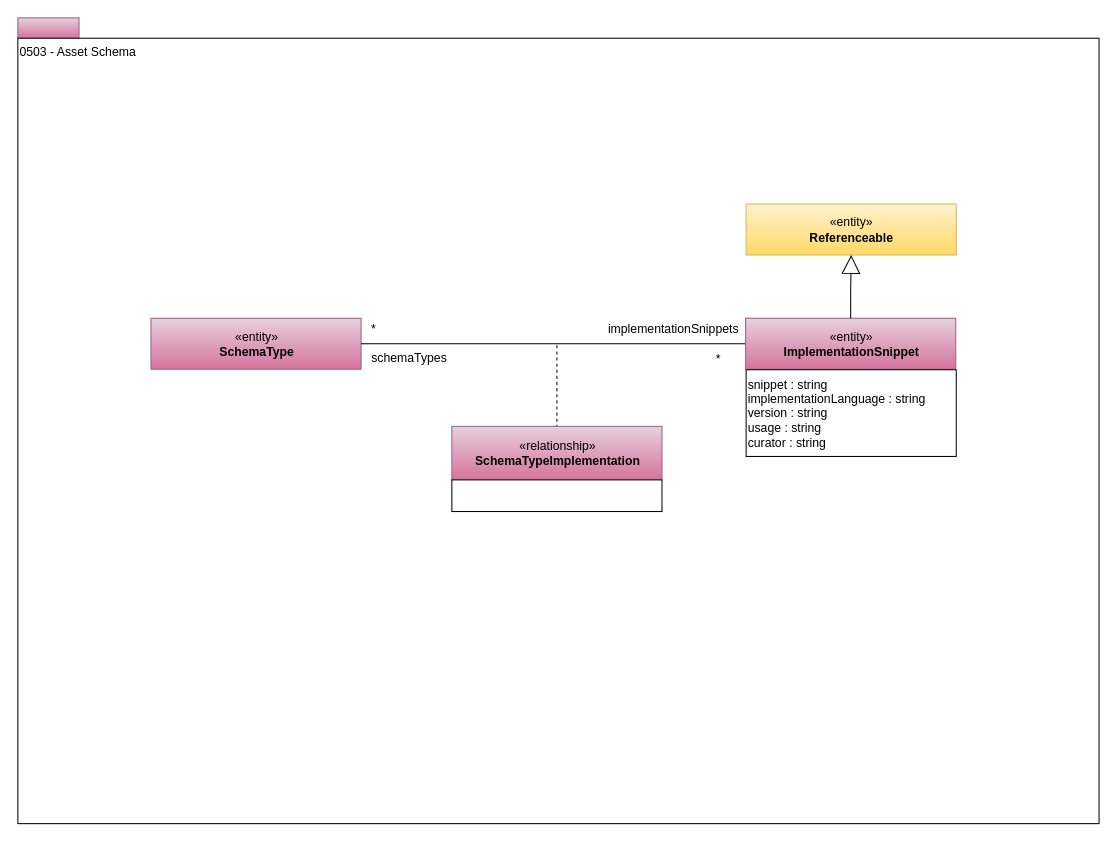
Above: page "0504-Implementation-Snippets" (4 of 25) of open-metadata-publication/website/open-metadata-types/area-5-models-and-schema.drawio in planetf1/egeria (draw.io), before the change. Source tidied: cells renumbered, new cells numbered last; positions are measured from the earlier drawing's top-left corner, leaving out a move shared by most shapes. Both pictures are drawn from the tidied source at 102%, with x=0, y=0 at pixel (17, 17).
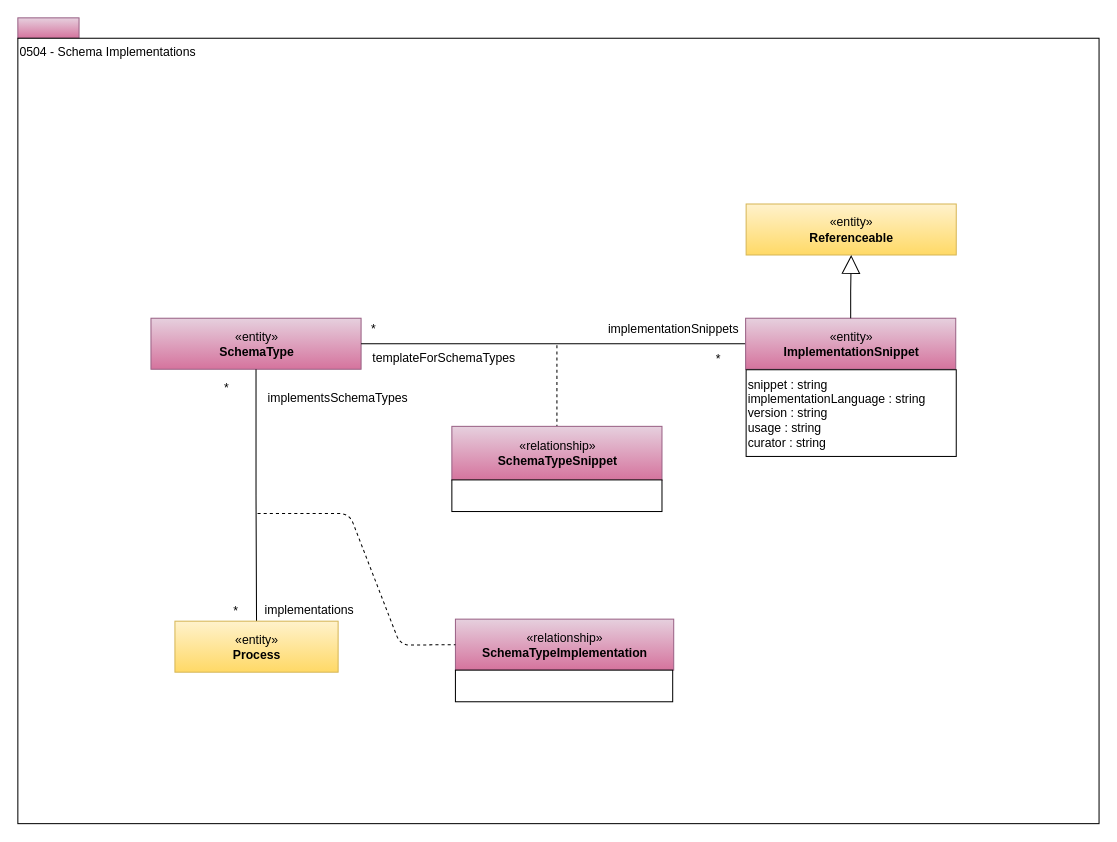
The same diagram, later.

Unchanged cells that the change refers to:
```xml
<mxCell id="4" value="«entity»&lt;br&gt;&lt;b&gt;SchemaType&lt;/b&gt;" style="html=1;strokeColor=#996185;align=center;fillColor=#e6d0de;gradientColor=#d5739d;" parent="1" vertex="1">
  <mxGeometry x="130.5" y="294.5" width="206" height="50" as="geometry" />
</mxCell>
<mxCell id="15" style="group;" parent="1" vertex="1">
  <mxGeometry x="425.5" y="400.5" width="206" height="83.5" as="geometry" />
</mxCell>
```

Diff of the diagram source:
```diff
@@
-    <mxCell id="3" value="0503 - Asset Schema" style="rounded=0;whiteSpace=wrap;html=1;align=left;verticalAlign=top;" parent="1" vertex="1">
+    <mxCell id="3" value="0504 - Schema Implementations" style="rounded=0;whiteSpace=wrap;html=1;align=left;verticalAlign=top;" parent="1" vertex="1">
       <mxGeometry y="20" width="1060" height="770" as="geometry" />
     </mxCell>
@@
-    <mxCell id="9" value="schemaTypes" style="text;html=1;strokeColor=none;fillColor=none;align=center;verticalAlign=middle;whiteSpace=wrap;rounded=0;" parent="1" vertex="1">
-      <mxGeometry x="341.5" y="323.5" width="84" height="20" as="geometry" />
+    <mxCell id="9" value="templateForSchemaTypes" style="text;html=1;strokeColor=none;fillColor=none;align=center;verticalAlign=middle;whiteSpace=wrap;rounded=0;" parent="1" vertex="1">
+      <mxGeometry x="364" y="324" width="108" height="20" as="geometry" />
     </mxCell>
@@
-    <mxCell id="16" value="«relationship»&lt;br&gt;&lt;b&gt;SchemaTypeImplementation&lt;/b&gt;" style="html=1;strokeColor=#996185;align=center;fillColor=#e6d0de;gradientColor=#d5739d;" parent="15" vertex="1">
+    <mxCell id="16" value="«relationship»&lt;br&gt;&lt;b&gt;SchemaTypeSnippet&lt;/b&gt;" style="html=1;strokeColor=#996185;align=center;fillColor=#e6d0de;gradientColor=#d5739d;" parent="15" vertex="1">
       <mxGeometry width="206" height="53" as="geometry" />
     </mxCell>
@@
+    <mxCell id="19" style="edgeStyle=orthogonalEdgeStyle;rounded=0;jettySize=auto;html=1;exitX=0.5;exitY=1;exitDx=0;exitDy=0;entryX=0.5;entryY=0;entryDx=0;entryDy=0;endArrow=none;endFill=0;" parent="1" edge="1" source="4" target="27">
+      <mxGeometry relative="1" as="geometry" />
+    </mxCell>
+    <mxCell id="20" value="*" style="text;html=1;strokeColor=none;fillColor=none;align=center;verticalAlign=middle;whiteSpace=wrap;rounded=0;" parent="1" vertex="1">
+      <mxGeometry x="194" y="571.5" width="40" height="20" as="geometry" />
+    </mxCell>
+    <mxCell id="21" value="implementations" style="text;html=1;strokeColor=none;fillColor=none;align=center;verticalAlign=middle;whiteSpace=wrap;rounded=0;" parent="1" vertex="1">
+      <mxGeometry x="239.5" y="570.5" width="92" height="20" as="geometry" />
+    </mxCell>
+    <mxCell id="22" value="implementsSchemaTypes" style="text;html=1;strokeColor=none;fillColor=none;align=center;verticalAlign=middle;whiteSpace=wrap;rounded=0;" parent="1" vertex="1">
+      <mxGeometry x="285" y="362.5" width="58" height="20" as="geometry" />
+    </mxCell>
+    <mxCell id="23" value="«relationship»&lt;br&gt;&lt;b&gt;SchemaTypeImplementation&lt;/b&gt;" style="html=1;strokeColor=#996185;align=center;fillColor=#e6d0de;gradientColor=#d5739d;" parent="1" vertex="1">
+      <mxGeometry x="429" y="589.5" width="214" height="50" as="geometry" />
+    </mxCell>
+    <mxCell id="24" style="endArrow=none;dashed=1;html=1;entryX=0;entryY=0.5;entryDx=0;entryDy=0;" parent="1" edge="1" target="23">
+      <mxGeometry relative="1" as="geometry">
+        <mxPoint x="235" y="486" as="sourcePoint" />
+        <Array as="points">
+          <mxPoint x="325" y="486" />
+          <mxPoint x="375" y="615" />
+        </Array>
+      </mxGeometry>
+    </mxCell>
+    <mxCell id="25" value="&lt;div style=&quot;text-align: left&quot;&gt;&lt;br&gt;&lt;/div&gt;" style="rounded=0;whiteSpace=wrap;html=1;strokeColor=#000000;gradientColor=#ffffff;align=left;" parent="1" vertex="1">
+      <mxGeometry x="429" y="639.5" width="213" height="31" as="geometry" />
+    </mxCell>
+    <mxCell id="26" value="*" style="text;html=1;strokeColor=none;fillColor=none;align=center;verticalAlign=middle;whiteSpace=wrap;rounded=0;" parent="1" vertex="1">
+      <mxGeometry x="185" y="352.5" width="40" height="20" as="geometry" />
+    </mxCell>
+    <mxCell id="27" value="«entity»&lt;br&gt;&lt;b&gt;Process&lt;/b&gt;" style="html=1;strokeColor=#d6b656;align=center;fillColor=#fff2cc;gradientColor=#ffd966;" parent="1" vertex="1">
+      <mxGeometry x="154" y="591.5" width="160" height="50" as="geometry" />
+    </mxCell>
```
